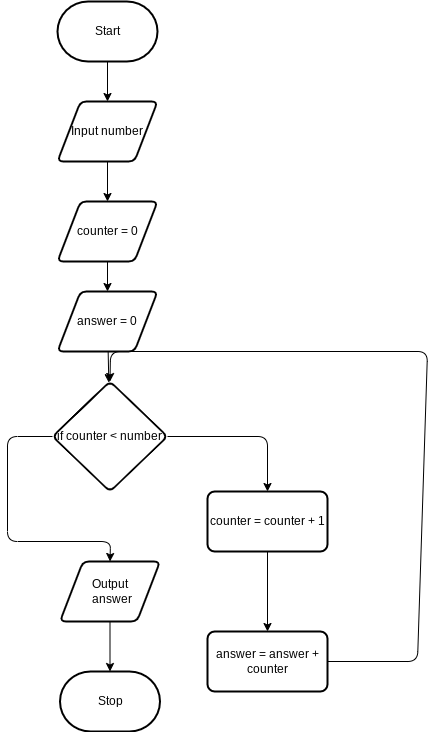
Before: design/flow-chart.png, a diagram exported from draw.io (Ali-Mugamai/ICS20-5-07-JS). Source tidied: cells renumbered, new cells last; positions are measured from the earlier drawing's top-left corner, leaving out a move shared by most shapes. The source it was exported from:
```xml
<mxGraphModel>
  <root>
    <mxCell id="0" />
    <mxCell id="1" parent="0" />
    <mxCell id="2" style="edgeStyle=none;html=1;" parent="1" edge="1" source="3" target="5">
      <mxGeometry relative="1" as="geometry" />
    </mxCell>
    <mxCell id="3" value="Start" style="strokeWidth=2;html=1;shape=mxgraph.flowchart.terminator;whiteSpace=wrap;" parent="1" vertex="1">
      <mxGeometry x="50" width="100" height="60" as="geometry" />
    </mxCell>
    <mxCell id="4" style="edgeStyle=none;html=1;" parent="1" edge="1" source="5" target="10">
      <mxGeometry relative="1" as="geometry" />
    </mxCell>
    <mxCell id="5" value="Input number" style="shape=parallelogram;html=1;strokeWidth=2;perimeter=parallelogramPerimeter;whiteSpace=wrap;rounded=1;arcSize=12;size=0.23;" parent="1" vertex="1">
      <mxGeometry x="50" y="100" width="100" height="60" as="geometry" />
    </mxCell>
    <mxCell id="6" style="edgeStyle=none;html=1;" parent="1" edge="1" source="7" target="8">
      <mxGeometry relative="1" as="geometry" />
    </mxCell>
    <mxCell id="7" value="Output&lt;br&gt;&amp;nbsp;answer" style="shape=parallelogram;html=1;strokeWidth=2;perimeter=parallelogramPerimeter;whiteSpace=wrap;rounded=1;arcSize=12;size=0.23;" parent="1" vertex="1">
      <mxGeometry x="52.5" y="560" width="100" height="60" as="geometry" />
    </mxCell>
    <mxCell id="8" value="Stop" style="strokeWidth=2;html=1;shape=mxgraph.flowchart.terminator;whiteSpace=wrap;" parent="1" vertex="1">
      <mxGeometry x="52.5" y="670" width="100" height="60" as="geometry" />
    </mxCell>
    <mxCell id="9" style="edgeStyle=none;html=1;" parent="1" edge="1" source="10" target="12">
      <mxGeometry relative="1" as="geometry" />
    </mxCell>
    <mxCell id="10" value="counter = 0" style="shape=parallelogram;html=1;strokeWidth=2;perimeter=parallelogramPerimeter;whiteSpace=wrap;rounded=1;arcSize=12;size=0.23;" parent="1" vertex="1">
      <mxGeometry x="50" y="200" width="100" height="60" as="geometry" />
    </mxCell>
    <mxCell id="11" style="edgeStyle=none;html=1;" parent="1" edge="1" source="12" target="15">
      <mxGeometry relative="1" as="geometry" />
    </mxCell>
    <mxCell id="12" value="answer = 0" style="shape=parallelogram;html=1;strokeWidth=2;perimeter=parallelogramPerimeter;whiteSpace=wrap;rounded=1;arcSize=12;size=0.23;" parent="1" vertex="1">
      <mxGeometry x="50" y="290" width="100" height="60" as="geometry" />
    </mxCell>
    <mxCell id="13" style="edgeStyle=none;html=1;" parent="1" edge="1" source="15" target="17">
      <mxGeometry relative="1" as="geometry">
        <Array as="points">
          <mxPoint x="260" y="435" />
        </Array>
      </mxGeometry>
    </mxCell>
    <mxCell id="14" style="edgeStyle=none;html=1;entryX=0.5;entryY=0;entryDx=0;entryDy=0;" parent="1" edge="1" source="15" target="7">
      <mxGeometry relative="1" as="geometry">
        <Array as="points">
          <mxPoint y="435" />
          <mxPoint y="540" />
          <mxPoint x="103" y="540" />
        </Array>
      </mxGeometry>
    </mxCell>
    <mxCell id="15" value="if counter &amp;lt; number" style="rhombus;whiteSpace=wrap;html=1;strokeWidth=2;rounded=1;arcSize=12;" parent="1" vertex="1">
      <mxGeometry x="45" y="380" width="115" height="110" as="geometry" />
    </mxCell>
    <mxCell id="16" style="edgeStyle=none;html=1;" parent="1" edge="1" source="17" target="19">
      <mxGeometry relative="1" as="geometry" />
    </mxCell>
    <mxCell id="17" value="counter = counter + 1" style="whiteSpace=wrap;html=1;strokeWidth=2;rounded=1;arcSize=12;" parent="1" vertex="1">
      <mxGeometry x="200" y="490" width="120" height="60" as="geometry" />
    </mxCell>
    <mxCell id="18" style="edgeStyle=none;html=1;entryX=0.5;entryY=0;entryDx=0;entryDy=0;" parent="1" edge="1" source="19" target="15">
      <mxGeometry relative="1" as="geometry">
        <Array as="points">
          <mxPoint x="410" y="660" />
          <mxPoint x="420" y="350" />
          <mxPoint x="103" y="350" />
        </Array>
      </mxGeometry>
    </mxCell>
    <mxCell id="19" value="answer = answer + counter" style="whiteSpace=wrap;html=1;strokeWidth=2;rounded=1;arcSize=12;" parent="1" vertex="1">
      <mxGeometry x="200" y="630" width="120" height="60" as="geometry" />
    </mxCell>
  </root>
</mxGraphModel>
```
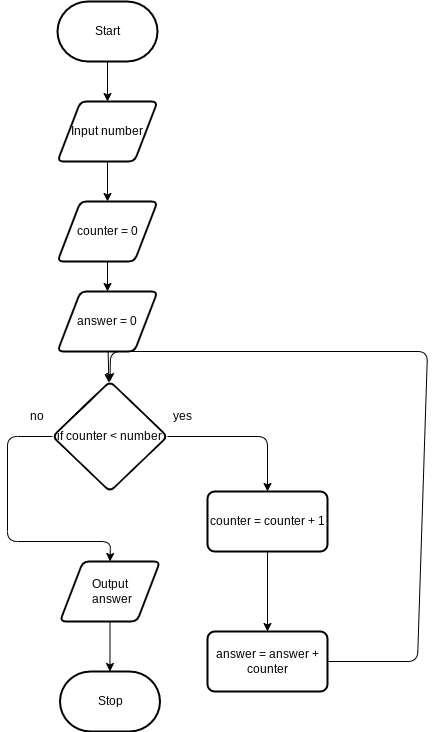
After the change.

What changed in the source:
```diff
@@ -72,5 +72,11 @@
     <mxCell id="19" value="answer = answer + counter" style="whiteSpace=wrap;html=1;strokeWidth=2;rounded=1;arcSize=12;" parent="1" vertex="1">
       <mxGeometry x="200" y="630" width="120" height="60" as="geometry" />
     </mxCell>
+    <mxCell id="20" value="yes" style="text;html=1;strokeColor=none;fillColor=none;align=center;verticalAlign=middle;whiteSpace=wrap;rounded=0;" parent="1" vertex="1">
+      <mxGeometry x="145" y="400" width="60" height="30" as="geometry" />
+    </mxCell>
+    <mxCell id="21" value="no" style="text;html=1;strokeColor=none;fillColor=none;align=center;verticalAlign=middle;whiteSpace=wrap;rounded=0;" parent="1" vertex="1">
+      <mxGeometry y="400" width="60" height="30" as="geometry" />
+    </mxCell>
   </root>
 </mxGraphModel>
```
